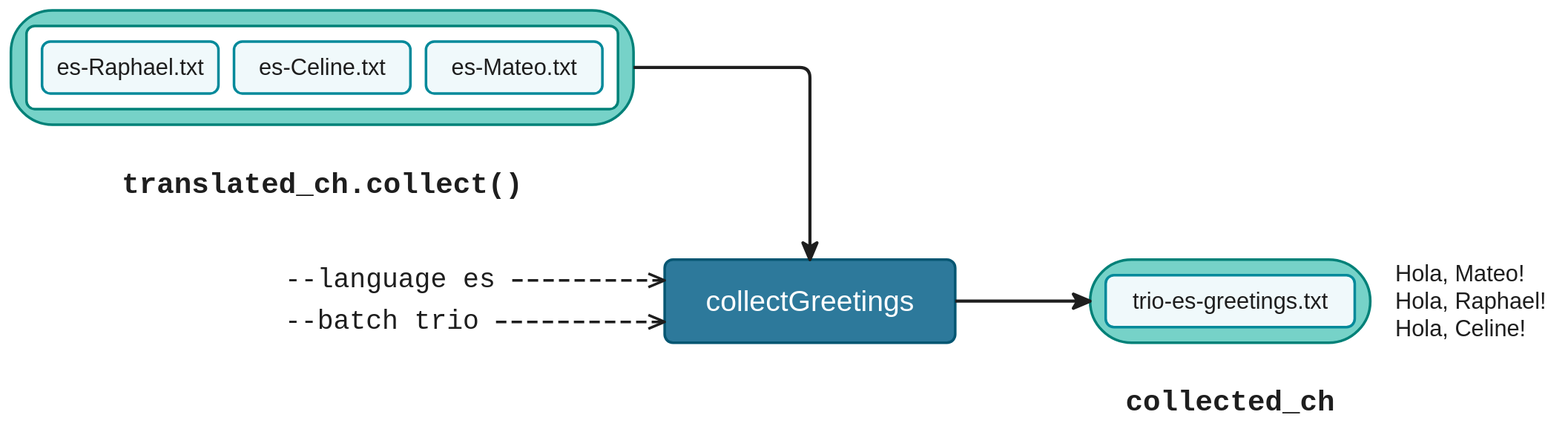
The draw.io diagram docs/en/docs/hello_nextflow/img/hello-collect-batch.drawio.svg in nextflow-io/training, before a commit. Source tidied: cells renumbered, new cells last; positions are measured from the earlier drawing's top-left corner, leaving out a move shared by most shapes.
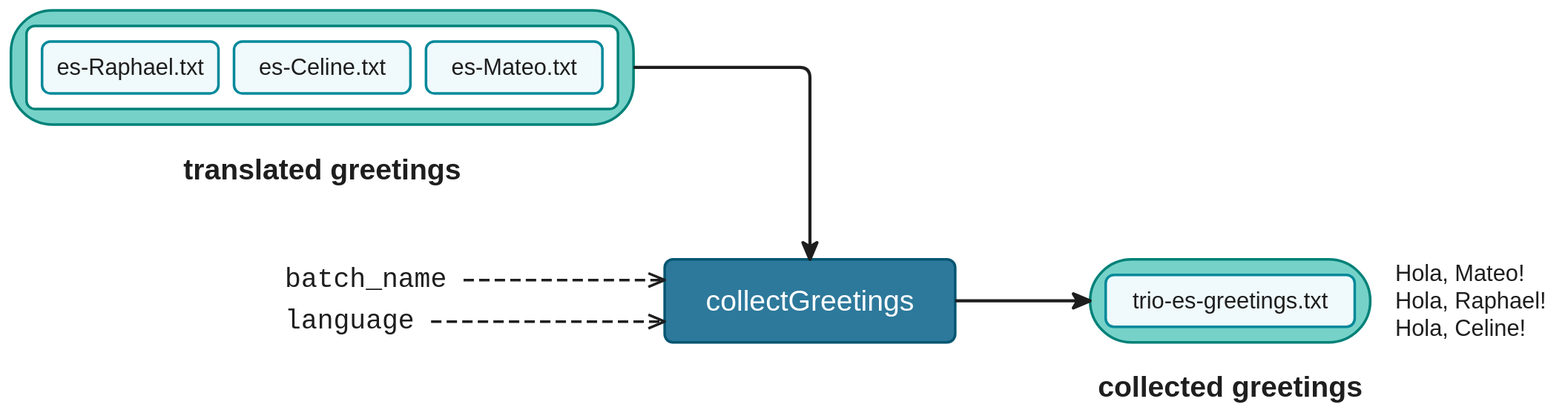
The same diagram one commit later.

Commit message:
docs(hello_nextflow): draw.io collect() before/after diagrams; process-view rules

The edit, as a diff of the source:
```diff
@@ -17,8 +17,8 @@
     <mxCell id="6" value="es-Mateo.txt" style="rounded=1;absoluteArcSize=1;arcSize=16;fillColor=#f0f9fb;strokeColor=#02899a;strokeWidth=2.5;fontFamily=Helvetica;fontSize=22;fontColor=#1e1e1e;html=0;whiteSpace=nowrap;" parent="3" vertex="1">
       <mxGeometry x="385" y="15" width="170" height="50" as="geometry" />
     </mxCell>
-    <mxCell id="7" value="translated_ch.collect()" style="text;align=center;verticalAlign=middle;fontFamily=Menlo;fontSize=28;fontStyle=1;fontColor=#1e1e1e;html=0;whiteSpace=nowrap;" parent="1" vertex="1">
-      <mxGeometry y="150" width="600" height="36" as="geometry" />
+    <mxCell id="7" value="translated greetings" style="text;align=center;verticalAlign=middle;fontFamily=Helvetica;fontSize=28;fontStyle=1;fontColor=#1e1e1e;html=0;whiteSpace=nowrap;" parent="1" vertex="1">
+      <mxGeometry y="135" width="600" height="36" as="geometry" />
     </mxCell>
     <mxCell id="8" value="collectGreetings" style="rounded=1;absoluteArcSize=1;arcSize=16;fillColor=#2d799b;strokeColor=#055672;strokeWidth=2.5;fontFamily=Helvetica;fontSize=28;fontColor=#ffffff;html=0;whiteSpace=nowrap;" parent="1" vertex="1">
       <mxGeometry x="630" y="240" width="280" height="80" as="geometry" />
@@ -30,16 +30,16 @@
         </Array>
       </mxGeometry>
     </mxCell>
-    <mxCell id="10" value="--batch trio" style="text;align=left;verticalAlign=middle;spacing=0;spacingLeft=4;fontFamily=Menlo;fontSize=26;fontColor=#1e1e1e;html=0;whiteSpace=nowrap;" parent="1" vertex="1">
-      <mxGeometry x="260" y="281" width="207.5" height="38" as="geometry" />
+    <mxCell id="10" value="batch_name" style="text;align=left;verticalAlign=middle;spacing=0;spacingLeft=4;fontFamily=Menlo;fontSize=26;fontColor=#1e1e1e;html=0;whiteSpace=nowrap;" parent="1" vertex="1">
+      <mxGeometry x="260" y="241" width="176.2" height="38" as="geometry" />
     </mxCell>
-    <mxCell id="11" value="--language es" style="text;align=left;verticalAlign=middle;spacing=0;spacingLeft=4;fontFamily=Menlo;fontSize=26;fontColor=#1e1e1e;html=0;whiteSpace=nowrap;" parent="1" vertex="1">
-      <mxGeometry x="260" y="241" width="223.1" height="38" as="geometry" />
+    <mxCell id="11" value="language" style="text;align=left;verticalAlign=middle;spacing=0;spacingLeft=4;fontFamily=Menlo;fontSize=26;fontColor=#1e1e1e;html=0;whiteSpace=nowrap;" parent="1" vertex="1">
+      <mxGeometry x="260" y="281" width="144.9" height="38" as="geometry" />
     </mxCell>
-    <mxCell id="12" style="edgeStyle=none;html=0;strokeColor=#1e1e1e;endSize=12;strokeWidth=2.5;dashed=1;dashPattern=4 2;endArrow=open;endFill=0;exitX=1;exitY=0.5;exitDx=0;exitDy=0;entryX=0;entryY=0.75;entryDx=0;entryDy=0;" parent="1" edge="1" source="10" target="8">
+    <mxCell id="12" style="edgeStyle=none;html=0;strokeColor=#1e1e1e;endSize=12;strokeWidth=2.5;dashed=1;dashPattern=4 2;endArrow=open;endFill=0;exitX=1;exitY=0.5;exitDx=0;exitDy=0;entryX=0;entryY=0.25;entryDx=0;entryDy=0;" parent="1" edge="1" source="10" target="8">
       <mxGeometry relative="1" as="geometry" />
     </mxCell>
-    <mxCell id="13" style="edgeStyle=none;html=0;strokeColor=#1e1e1e;endSize=12;strokeWidth=2.5;dashed=1;dashPattern=4 2;endArrow=open;endFill=0;exitX=1;exitY=0.5;exitDx=0;exitDy=0;entryX=0;entryY=0.25;entryDx=0;entryDy=0;" parent="1" edge="1" source="11" target="8">
+    <mxCell id="13" style="edgeStyle=none;html=0;strokeColor=#1e1e1e;endSize=12;strokeWidth=2.5;dashed=1;dashPattern=4 2;endArrow=open;endFill=0;exitX=1;exitY=0.5;exitDx=0;exitDy=0;entryX=0;entryY=0.75;entryDx=0;entryDy=0;" parent="1" edge="1" source="11" target="8">
       <mxGeometry relative="1" as="geometry" />
     </mxCell>
     <mxCell id="14" style="rounded=1;absoluteArcSize=1;arcSize=80;fillColor=#76d2c8;strokeColor=#018178;strokeWidth=2.5;fontFamily=Helvetica;fontSize=28;fontColor=#1e1e1e;html=0;whiteSpace=nowrap;" parent="1" vertex="1">
@@ -48,8 +48,8 @@
     <mxCell id="15" value="trio-es-greetings.txt" style="rounded=1;absoluteArcSize=1;arcSize=16;fillColor=#f0f9fb;strokeColor=#02899a;strokeWidth=2.5;fontFamily=Helvetica;fontSize=22;fontColor=#1e1e1e;html=0;whiteSpace=nowrap;" parent="14" vertex="1">
       <mxGeometry x="15" y="15" width="240" height="50" as="geometry" />
     </mxCell>
-    <mxCell id="16" value="collected_ch" style="text;align=center;verticalAlign=middle;fontFamily=Menlo;fontSize=28;fontStyle=1;fontColor=#1e1e1e;html=0;whiteSpace=nowrap;" parent="1" vertex="1">
-      <mxGeometry x="1040" y="360" width="270" height="36" as="geometry" />
+    <mxCell id="16" value="collected greetings" style="text;align=center;verticalAlign=middle;fontFamily=Helvetica;fontSize=28;fontStyle=1;fontColor=#1e1e1e;html=0;whiteSpace=nowrap;" parent="1" vertex="1">
+      <mxGeometry x="1040" y="345" width="270" height="36" as="geometry" />
     </mxCell>
     <mxCell id="17" value="Hola, Mateo!&#10;Hola, Raphael!&#10;Hola, Celine!" style="text;align=left;verticalAlign=middle;spacing=0;spacingLeft=4;fontFamily=Helvetica;fontSize=22;fontColor=#1e1e1e;html=0;whiteSpace=nowrap;" parent="1" vertex="1">
       <mxGeometry x="1330" y="236" width="160" height="88" as="geometry" />
```
